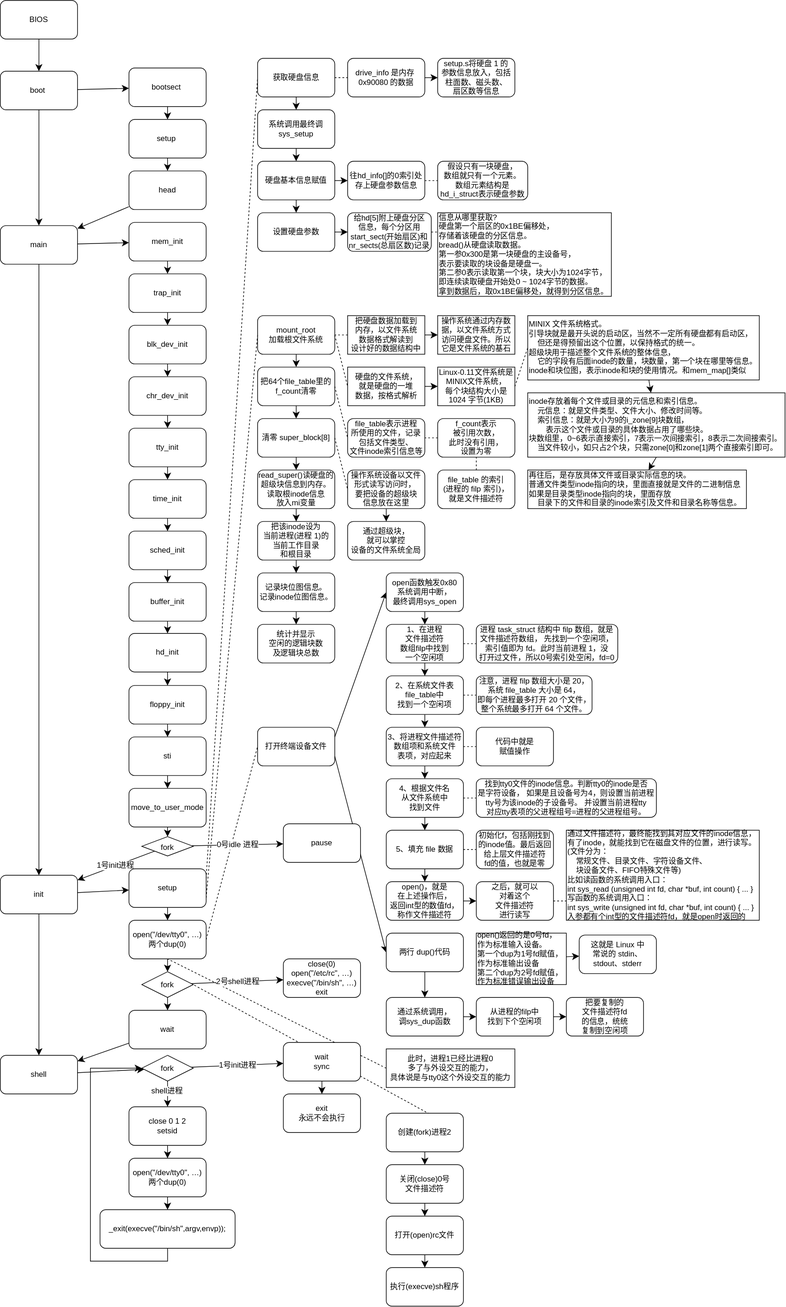
Before: demo.drawio.svg, a diagram exported from draw.io (chenxi829/draw_many_pic). Source tidied: cells renumbered, new cells last; positions are measured from the earlier drawing's top-left corner, leaving out a move shared by most shapes.
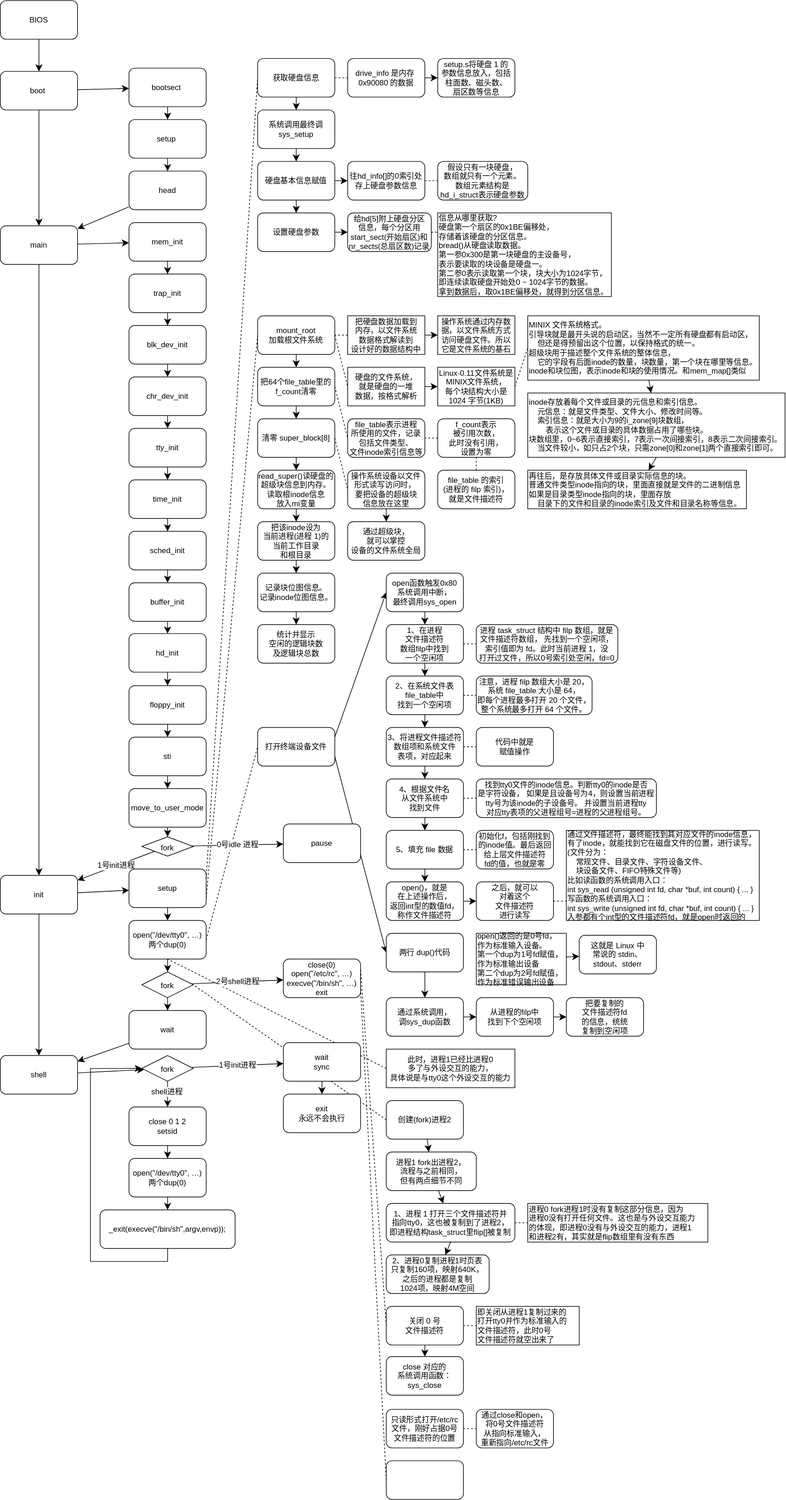
The same diagram one commit later.

Commit message:
完成 fork close open

What changed in the source:
```diff
@@ -305,30 +305,79 @@
     <mxCell id="102" style="endArrow=none;dashed=1;html=1;rounded=0;fontSize=12;startSize=8;endSize=8;curved=1;exitX=0;exitY=0.5;exitDx=0;exitDy=0;entryX=0.5;entryY=1;entryDx=0;entryDy=0;" parent="1" edge="1" source="101" target="161">
       <mxGeometry relative="1" as="geometry" />
     </mxCell>
-    <mxCell id="103" style="endArrow=none;dashed=1;html=1;rounded=0;fontSize=12;startSize=8;endSize=8;curved=1;entryX=1;entryY=0.5;entryDx=0;entryDy=0;exitX=1;exitY=0.5;exitDx=0;exitDy=0;" parent="1" edge="1" source="105" target="164">
+    <mxCell id="103" style="endArrow=none;dashed=1;html=1;rounded=0;fontSize=12;startSize=8;endSize=8;curved=1;entryX=1;entryY=0.5;entryDx=0;entryDy=0;exitX=0;exitY=0.5;exitDx=0;exitDy=0;" parent="1" edge="1" source="105" target="164">
       <mxGeometry relative="1" as="geometry" />
     </mxCell>
-    <mxCell id="104" style="edgeStyle=none;curved=1;rounded=0;jettySize=auto;html=1;fontSize=12;startSize=8;endSize=8;" parent="1" edge="1" source="105" target="107">
-      <mxGeometry relative="1" as="geometry" />
-    </mxCell>
+    <mxCell id="183" style="edgeStyle=none;curved=1;rounded=0;jettySize=auto;html=1;fontSize=12;startSize=8;endSize=8;" parent="1" edge="1" source="105" target="186">
+      <mxGeometry relative="1" as="geometry" />
+    </mxCell>
     <mxCell id="105" value="创建(fork)进程2" style="rounded=1;whiteSpace=wrap;html=1;" parent="1" vertex="1">
-      <mxGeometry x="600" y="1730" width="120" height="60" as="geometry" />
+      <mxGeometry x="600" y="1710" width="120" height="60" as="geometry" />
     </mxCell>
-    <mxCell id="106" style="edgeStyle=none;curved=1;rounded=0;jettySize=auto;html=1;fontSize=12;startSize=8;endSize=8;" parent="1" edge="1" source="107" target="109">
-      <mxGeometry relative="1" as="geometry" />
+    <mxCell id="106" style="edgeStyle=none;curved=1;rounded=0;jettySize=auto;html=1;fontSize=12;startSize=8;endSize=8;" parent="1" edge="1" source="x">
+      <mxGeometry relative="1" as="geometry">
+        <mxPoint x="660" y="1890" as="targetPoint" />
+      </mxGeometry>
     </mxCell>
-    <mxCell id="107" value="关闭(close)0号&lt;div&gt;文件描述符&lt;/div&gt;" style="rounded=1;whiteSpace=wrap;html=1;" parent="1" vertex="1">
-      <mxGeometry x="600" y="1810" width="120" height="60" as="geometry" />
-    </mxCell>
-    <mxCell id="108" style="edgeStyle=none;curved=1;rounded=0;jettySize=auto;html=1;fontSize=12;startSize=8;endSize=8;" parent="1" edge="1" source="109" target="110">
-      <mxGeometry relative="1" as="geometry" />
+    <mxCell id="108" style="edgeStyle=none;curved=1;rounded=0;jettySize=auto;html=1;fontSize=12;startSize=8;endSize=8;" parent="1" edge="1" source="x">
+      <mxGeometry relative="1" as="geometry">
+        <mxPoint x="660" y="1970" as="targetPoint" />
+      </mxGeometry>
     </mxCell>
-    <mxCell id="109" value="打开(open)rc文件" style="rounded=1;whiteSpace=wrap;html=1;" parent="1" vertex="1">
-      <mxGeometry x="600" y="1890" width="120" height="60" as="geometry" />
-    </mxCell>
-    <mxCell id="110" value="执行(execve)sh程序" style="rounded=1;whiteSpace=wrap;html=1;" parent="1" vertex="1">
-      <mxGeometry x="600" y="1970" width="120" height="60" as="geometry" />
-    </mxCell>
+    <mxCell id="184" style="edgeStyle=none;curved=1;rounded=0;jettySize=auto;html=1;fontSize=12;startSize=8;endSize=8;exitX=0.5;exitY=1;exitDx=0;exitDy=0;" parent="1" edge="1" source="188" target="187">
+      <mxGeometry relative="1" as="geometry" />
+    </mxCell>
+    <mxCell id="185" style="edgeStyle=none;curved=1;rounded=0;jettySize=auto;html=1;fontSize=12;startSize=8;endSize=8;" parent="1" edge="1" source="186" target="188">
+      <mxGeometry relative="1" as="geometry" />
+    </mxCell>
+    <mxCell id="186" value="进程1 fork出进程2，&lt;div&gt;流程与之前相同，&lt;div&gt;但有两点细节不同&lt;/div&gt;&lt;/div&gt;" style="whiteSpace=wrap;html=1;rounded=1;" parent="1" vertex="1">
+      <mxGeometry x="600" y="1790" width="140" height="60" as="geometry" />
+    </mxCell>
+    <mxCell id="187" value="2、进程0复制进程1时页表&lt;div&gt;只复制160项，映射640K，&lt;div&gt;之后的进程都是复制&lt;/div&gt;&lt;div&gt;1024项，映射4M空间&lt;/div&gt;&lt;/div&gt;" style="whiteSpace=wrap;html=1;rounded=1;" parent="1" vertex="1">
+      <mxGeometry x="600" y="1950" width="160" height="60" as="geometry" />
+    </mxCell>
+    <mxCell id="188" value="1、进程 1 打开三个文件描述符并&lt;div&gt;指向tty0，这也被复制到了进程2，&lt;/div&gt;&lt;div&gt;即进程结构task_struct里flip[]被复制&lt;/div&gt;" style="whiteSpace=wrap;html=1;rounded=1;" parent="1" vertex="1">
+      <mxGeometry x="600" y="1870" width="200" height="60" as="geometry" />
+    </mxCell>
+    <mxCell id="189" value="进程0 fork进程1时没有复制这部分信息，因为&lt;div&gt;进程0没有打开任何文件。这也是与外设交互能力&lt;/div&gt;&lt;div&gt;的体现，即进程0没有与外设交互的能力，进程1&lt;/div&gt;&lt;div&gt;和进程2有，其实就是flip数组里有没有东西&lt;/div&gt;" style="whiteSpace=wrap;html=1;rounded=0;align=left;" parent="1" vertex="1">
+      <mxGeometry x="820" y="1870" width="280" height="60" as="geometry" />
+    </mxCell>
+    <mxCell id="190" style="endArrow=none;dashed=1;html=1;rounded=0;fontSize=12;startSize=8;endSize=8;curved=1;exitX=1;exitY=0.5;exitDx=0;exitDy=0;entryX=0;entryY=0.5;entryDx=0;entryDy=0;" parent="1" edge="1" source="188" target="189">
+      <mxGeometry relative="1" as="geometry" />
+    </mxCell>
+    <mxCell id="191" value="关闭 0 号&lt;div&gt;文件描述符&lt;/div&gt;" style="rounded=1;whiteSpace=wrap;html=1;" parent="1" vertex="1">
+      <mxGeometry x="600" y="2030" width="120" height="60" as="geometry" />
+    </mxCell>
+    <mxCell id="192" style="endArrow=none;dashed=1;html=1;rounded=0;fontSize=12;startSize=8;endSize=8;curved=1;exitX=0;exitY=0.5;exitDx=0;exitDy=0;entryX=1;entryY=0.25;entryDx=0;entryDy=0;" parent="1" edge="1" source="191" target="166">
+      <mxGeometry relative="1" as="geometry" />
+    </mxCell>
+    <mxCell id="193" style="edgeStyle=none;curved=1;rounded=0;jettySize=auto;html=1;fontSize=12;startSize=8;endSize=8;exitX=0.5;exitY=1;exitDx=0;exitDy=0;" parent="1" edge="1" source="191" target="195">
+      <mxGeometry relative="1" as="geometry" />
+    </mxCell>
+    <mxCell id="194" value="即关闭从进程1复制过来的&lt;div&gt;打开tty0并作为标准输入的&lt;/div&gt;&lt;div&gt;文件描述符，此时0号&lt;/div&gt;&lt;div&gt;文件描述符就空出来了&lt;/div&gt;" style="rounded=0;whiteSpace=wrap;html=1;align=left;" parent="1" vertex="1">
+      <mxGeometry x="740" y="2030" width="160" height="60" as="geometry" />
+    </mxCell>
+    <mxCell id="195" value="close 对应的&lt;div&gt;系统调用函数：&lt;/div&gt;&lt;div&gt;sys_close&lt;/div&gt;" style="rounded=1;whiteSpace=wrap;html=1;" parent="1" vertex="1">
+      <mxGeometry x="600" y="2108" width="120" height="60" as="geometry" />
+    </mxCell>
+    <mxCell id="196" style="endArrow=none;dashed=1;html=1;rounded=0;fontSize=12;startSize=8;endSize=8;curved=1;exitX=1;exitY=0.5;exitDx=0;exitDy=0;entryX=0;entryY=0.5;entryDx=0;entryDy=0;" parent="1" edge="1" source="191" target="194">
+      <mxGeometry relative="1" as="geometry" />
+    </mxCell>
+    <mxCell id="197" value="只读形式打开/etc/rc&lt;div&gt;文件，刚好占据0号&lt;div&gt;文件描述符的位置&lt;/div&gt;&lt;/div&gt;" style="rounded=1;whiteSpace=wrap;html=1;" parent="1" vertex="1">
+      <mxGeometry x="600" y="2190" width="120" height="60" as="geometry" />
+    </mxCell>
+    <mxCell id="198" value="通过close和open，&lt;div&gt;将0号文件描述符&lt;/div&gt;&lt;div&gt;从指向标准输入，&lt;/div&gt;&lt;div&gt;重新指向/etc/rc文件&lt;/div&gt;" style="rounded=1;whiteSpace=wrap;html=1;" parent="1" vertex="1">
+      <mxGeometry x="740" y="2190" width="120" height="60" as="geometry" />
+    </mxCell>
+    <mxCell id="199" style="endArrow=none;dashed=1;html=1;rounded=0;fontSize=12;startSize=8;endSize=8;curved=1;exitX=1;exitY=0.5;exitDx=0;exitDy=0;entryX=0;entryY=0.5;entryDx=0;entryDy=0;" parent="1" edge="1" source="197" target="198">
+      <mxGeometry relative="1" as="geometry" />
+    </mxCell>
+    <mxCell id="200" style="rounded=1;whiteSpace=wrap;html=1;" parent="1" vertex="1">
+      <mxGeometry x="600" y="2270" width="120" height="60" as="geometry" />
+    </mxCell>
+    <mxCell id="201" style="endArrow=none;dashed=1;html=1;rounded=0;fontSize=12;startSize=8;endSize=8;curved=1;exitX=0;exitY=0.5;exitDx=0;exitDy=0;entryX=1;entryY=0.75;entryDx=0;entryDy=0;" parent="1" edge="1" source="200" target="166">
+      <mxGeometry relative="1" as="geometry" />
+    </mxCell>
     <mxCell id="111" parent="0" />
     <mxCell id="112" value="总流程" parent="0" />
     <mxCell id="113" value="BIOS" style="rounded=1;whiteSpace=wrap;html=1;" parent="112" vertex="1">
```
